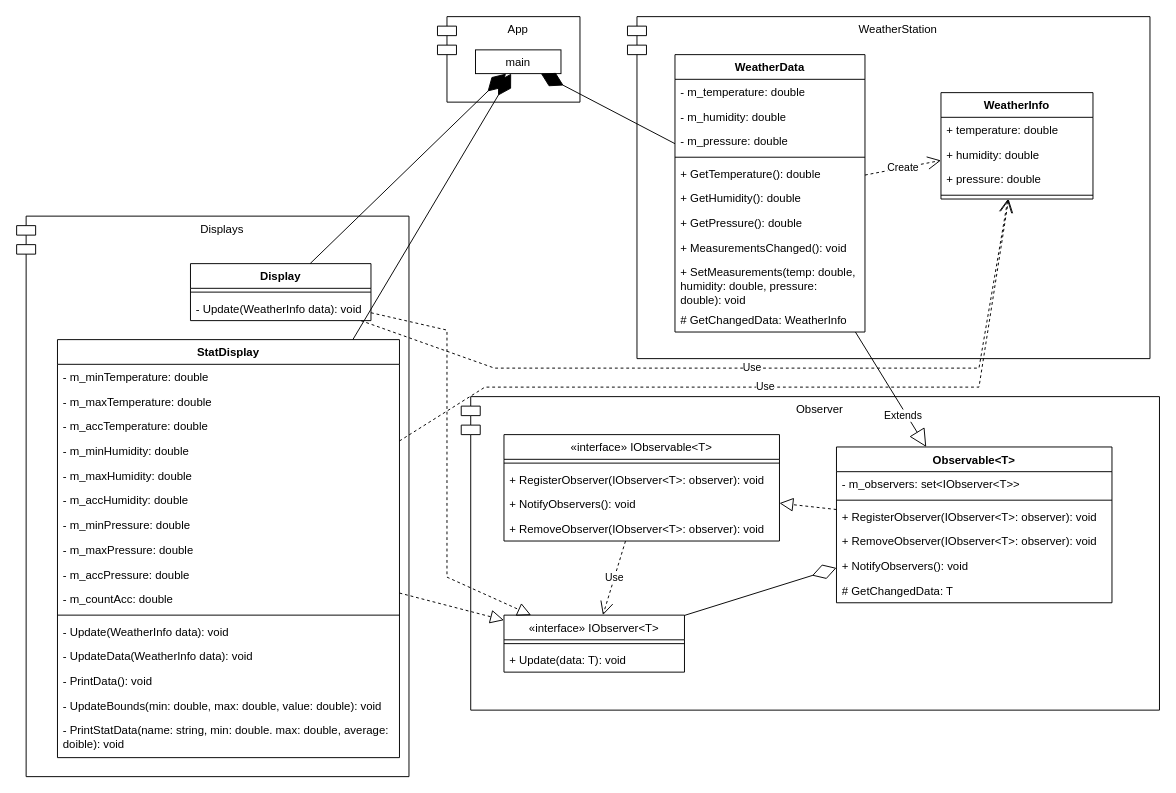
The draw.io diagram lw2/WeatherStationDuo.drawio in ProstP/OOD, before the edit. Source tidied: cells renumbered, new cells numbered last; positions are measured from the earlier drawing's top-left corner, leaving out a move shared by most shapes. Both pictures are drawn from the tidied source at 95%, with x=0, y=0 at pixel (16, 16).
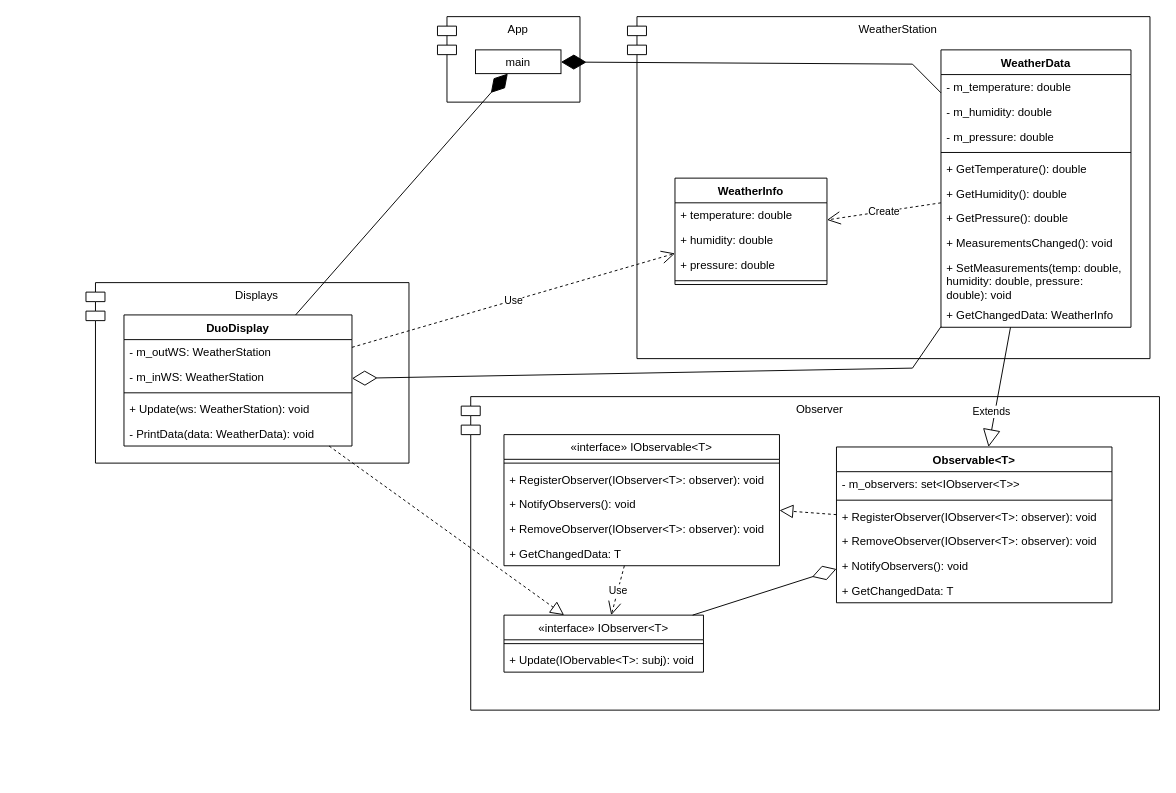
Above is the later version.

Commit message:
Lw2-4 Сделал диаграмму классов для WeatherStationDuo

The change refers to these unchanged cells:
```xml
<mxCell id="3" value="main" style="html=1;whiteSpace=wrap;" parent="1" vertex="1">
  <mxGeometry x="483" y="35" width="90" height="25" as="geometry" />
</mxCell>
<mxCell id="32" value="Observable&amp;lt;T&amp;gt;" style="swimlane;fontStyle=1;align=center;verticalAlign=top;horizontal=1;startSize=26;whiteSpace=wrap;html=1;" parent="1" vertex="1">
  <mxGeometry x="863" y="453" width="290" height="164" as="geometry" />
</mxCell>
```

Change to the diagram source:
```diff
@@
     <mxCell id="5" value="WeatherInfo" style="swimlane;fontStyle=1;align=center;verticalAlign=top;horizontal=1;startSize=26;whiteSpace=wrap;html=1;" parent="1" vertex="1">
-      <mxGeometry x="973" y="80" width="160" height="112" as="geometry" />
+      <mxGeometry x="693" y="170" width="160" height="112" as="geometry" />
     </mxCell>
@@
     <mxCell id="10" value="WeatherData" style="swimlane;fontStyle=1;align=center;verticalAlign=top;horizontal=1;startSize=26;whiteSpace=wrap;html=1;" parent="1" vertex="1">
-      <mxGeometry x="693" y="40" width="200" height="292" as="geometry" />
+      <mxGeometry x="973" y="35" width="200" height="292" as="geometry" />
     </mxCell>
@@
-    <mxCell id="20" value="# GetChangedData: WeatherInfo" style="text;strokeColor=none;fillColor=none;align=left;verticalAlign=top;spacingLeft=4;spacingRight=4;overflow=hidden;whiteSpace=wrap;html=1;" parent="10" vertex="1">
+    <mxCell id="20" value="+ GetChangedData: WeatherInfo" style="text;strokeColor=none;fillColor=none;align=left;verticalAlign=top;spacingLeft=4;spacingRight=4;overflow=hidden;whiteSpace=wrap;html=1;" parent="10" vertex="1">
       <mxGeometry y="266" width="200" height="26" as="geometry" />
     </mxCell>
@@
     <mxCell id="23" value="&lt;span style=&quot;font-weight: 400;&quot;&gt;«interface» IObserver&amp;lt;T&amp;gt;&lt;/span&gt;" style="swimlane;fontStyle=1;align=center;verticalAlign=top;horizontal=1;startSize=26;whiteSpace=wrap;html=1;" parent="1" vertex="1">
-      <mxGeometry x="513" y="630" width="190" height="60" as="geometry" />
+      <mxGeometry x="513" y="630" width="210" height="60" as="geometry" />
     </mxCell>
     <mxCell id="24" style="line;strokeWidth=1;fillColor=none;align=left;verticalAlign=middle;spacingTop=-1;spacingLeft=3;spacingRight=3;labelPosition=right;strokeColor=inherit;" parent="23" vertex="1">
-      <mxGeometry y="26" width="190" height="8" as="geometry" />
+      <mxGeometry y="26" width="210" height="8" as="geometry" />
     </mxCell>
-    <mxCell id="25" value="+ Update(data: T): void" style="text;strokeColor=none;fillColor=none;align=left;verticalAlign=top;spacingLeft=4;spacingRight=4;overflow=hidden;whiteSpace=wrap;html=1;" parent="23" vertex="1">
-      <mxGeometry y="34" width="190" height="26" as="geometry" />
+    <mxCell id="25" value="+ Update(IObervable&amp;lt;T&amp;gt;: subj): void" style="text;strokeColor=none;fillColor=none;align=left;verticalAlign=top;spacingLeft=4;spacingRight=4;overflow=hidden;whiteSpace=wrap;html=1;" parent="23" vertex="1">
+      <mxGeometry y="34" width="210" height="26" as="geometry" />
     </mxCell>
     <mxCell id="26" value="&lt;span style=&quot;font-weight: 400;&quot;&gt;«interface» IObservable&amp;lt;T&amp;gt;&lt;/span&gt;" style="swimlane;fontStyle=1;align=center;verticalAlign=top;horizontal=1;startSize=26;whiteSpace=wrap;html=1;" parent="1" vertex="1">
-      <mxGeometry x="513" y="440" width="290" height="112" as="geometry" />
+      <mxGeometry x="513" y="440" width="290" height="138" as="geometry" />
     </mxCell>
@@
+    <mxCell id="70" value="+ GetChangedData: T" style="text;strokeColor=none;fillColor=none;align=left;verticalAlign=top;spacingLeft=4;spacingRight=4;overflow=hidden;whiteSpace=wrap;html=1;" parent="26" vertex="1">
+      <mxGeometry y="112" width="290" height="26" as="geometry" />
+    </mxCell>
@@
-    <mxCell id="38" value="# GetChangedData: T" style="text;strokeColor=none;fillColor=none;align=left;verticalAlign=top;spacingLeft=4;spacingRight=4;overflow=hidden;whiteSpace=wrap;html=1;" parent="32" vertex="1">
+    <mxCell id="38" value="+ GetChangedData: T" style="text;strokeColor=none;fillColor=none;align=left;verticalAlign=top;spacingLeft=4;spacingRight=4;overflow=hidden;whiteSpace=wrap;html=1;" parent="32" vertex="1">
       <mxGeometry y="138" width="290" height="26" as="geometry" />
     </mxCell>
@@
     <mxCell id="42" style="endArrow=diamondThin;endFill=1;endSize=24;html=1;rounded=0;" parent="1" edge="1" source="10" target="3">
-      <mxGeometry relative="1" as="geometry" />
+      <mxGeometry relative="1" as="geometry">
+        <Array as="points">
+          <mxPoint x="943" y="50" />
+        </Array>
+      </mxGeometry>
     </mxCell>
     <mxCell id="43" value="Displays" style="shape=module;align=left;spacingLeft=20;align=center;verticalAlign=top;whiteSpace=wrap;html=1;" parent="1" vertex="1">
-      <mxGeometry y="210" width="413" height="590" as="geometry" />
+      <mxGeometry x="73" y="280" width="340" height="190" as="geometry" />
     </mxCell>
-    <mxCell id="44" value="Display" style="swimlane;fontStyle=1;align=center;verticalAlign=top;horizontal=1;startSize=26;whiteSpace=wrap;html=1;" parent="1" vertex="1">
-      <mxGeometry x="183" y="260" width="190" height="60" as="geometry" />
-    </mxCell>
-    <mxCell id="45" style="line;strokeWidth=1;fillColor=none;align=left;verticalAlign=middle;spacingTop=-1;spacingLeft=3;spacingRight=3;labelPosition=right;strokeColor=inherit;" parent="44" vertex="1">
-      <mxGeometry y="26" width="190" height="8" as="geometry" />
-    </mxCell>
-    <mxCell id="46" value="- Update(WeatherInfo data): void" style="text;strokeColor=none;fillColor=none;align=left;verticalAlign=top;spacingLeft=4;spacingRight=4;overflow=hidden;whiteSpace=wrap;html=1;" parent="44" vertex="1">
-      <mxGeometry y="34" width="190" height="26" as="geometry" />
-    </mxCell>
-    <mxCell id="47" value="Use" style="endArrow=open;endSize=12;dashed=1;html=1;rounded=0;" parent="1" edge="1" source="44" target="5">
-      <mxGeometry relative="1" as="geometry">
-        <Array as="points">
-          <mxPoint x="503" y="370" />
-          <mxPoint x="1013" y="370" />
-        </Array>
-      </mxGeometry>
-    </mxCell>
-    <mxCell id="48" value="StatDisplay" style="swimlane;fontStyle=1;align=center;verticalAlign=top;horizontal=1;startSize=26;whiteSpace=wrap;html=1;" parent="1" vertex="1">
-      <mxGeometry x="43" y="340" width="360" height="440" as="geometry" />
-    </mxCell>
-    <mxCell id="49" value="- m_minTemperature: double" style="text;strokeColor=none;fillColor=none;align=left;verticalAlign=top;spacingLeft=4;spacingRight=4;overflow=hidden;whiteSpace=wrap;html=1;" parent="48" vertex="1">
-      <mxGeometry y="26" width="360" height="26" as="geometry" />
-    </mxCell>
-    <mxCell id="50" value="- m_maxTemperature: double" style="text;strokeColor=none;fillColor=none;align=left;verticalAlign=top;spacingLeft=4;spacingRight=4;overflow=hidden;whiteSpace=wrap;html=1;" parent="48" vertex="1">
-      <mxGeometry y="52" width="360" height="26" as="geometry" />
-    </mxCell>
-    <mxCell id="51" value="- m_accTemperature: double" style="text;strokeColor=none;fillColor=none;align=left;verticalAlign=top;spacingLeft=4;spacingRight=4;overflow=hidden;whiteSpace=wrap;html=1;" parent="48" vertex="1">
-      <mxGeometry y="78" width="360" height="26" as="geometry" />
-    </mxCell>
-    <mxCell id="52" value="- m_minHumidity: double" style="text;strokeColor=none;fillColor=none;align=left;verticalAlign=top;spacingLeft=4;spacingRight=4;overflow=hidden;whiteSpace=wrap;html=1;" parent="48" vertex="1">
-      <mxGeometry y="104" width="360" height="26" as="geometry" />
-    </mxCell>
-    <mxCell id="53" value="- m_maxHumidity: double" style="text;strokeColor=none;fillColor=none;align=left;verticalAlign=top;spacingLeft=4;spacingRight=4;overflow=hidden;whiteSpace=wrap;html=1;" parent="48" vertex="1">
-      <mxGeometry y="130" width="360" height="26" as="geometry" />
-    </mxCell>
-    <mxCell id="54" value="- m_accHumidity: double" style="text;strokeColor=none;fillColor=none;align=left;verticalAlign=top;spacingLeft=4;spacingRight=4;overflow=hidden;whiteSpace=wrap;html=1;" parent="48" vertex="1">
-      <mxGeometry y="156" width="360" height="26" as="geometry" />
-    </mxCell>
-    <mxCell id="55" value="- m_minPressure: double" style="text;strokeColor=none;fillColor=none;align=left;verticalAlign=top;spacingLeft=4;spacingRight=4;overflow=hidden;whiteSpace=wrap;html=1;" parent="48" vertex="1">
-      <mxGeometry y="182" width="360" height="26" as="geometry" />
-    </mxCell>
-    <mxCell id="56" value="- m_maxPressure: double" style="text;strokeColor=none;fillColor=none;align=left;verticalAlign=top;spacingLeft=4;spacingRight=4;overflow=hidden;whiteSpace=wrap;html=1;" parent="48" vertex="1">
-      <mxGeometry y="208" width="360" height="26" as="geometry" />
-    </mxCell>
-    <mxCell id="57" value="- m_accPressure: double" style="text;strokeColor=none;fillColor=none;align=left;verticalAlign=top;spacingLeft=4;spacingRight=4;overflow=hidden;whiteSpace=wrap;html=1;" parent="48" vertex="1">
-      <mxGeometry y="234" width="360" height="26" as="geometry" />
-    </mxCell>
-    <mxCell id="58" value="- m_countAcc: double" style="text;strokeColor=none;fillColor=none;align=left;verticalAlign=top;spacingLeft=4;spacingRight=4;overflow=hidden;whiteSpace=wrap;html=1;" parent="48" vertex="1">
-      <mxGeometry y="260" width="360" height="26" as="geometry" />
-    </mxCell>
-    <mxCell id="59" style="line;strokeWidth=1;fillColor=none;align=left;verticalAlign=middle;spacingTop=-1;spacingLeft=3;spacingRight=3;labelPosition=right;strokeColor=inherit;" parent="48" vertex="1">
-      <mxGeometry y="286" width="360" height="8" as="geometry" />
-    </mxCell>
-    <mxCell id="60" value="- Update(WeatherInfo data): void" style="text;strokeColor=none;fillColor=none;align=left;verticalAlign=top;spacingLeft=4;spacingRight=4;overflow=hidden;whiteSpace=wrap;html=1;" parent="48" vertex="1">
-      <mxGeometry y="294" width="360" height="26" as="geometry" />
-    </mxCell>
-    <mxCell id="61" value="- UpdateData(WeatherInfo data): void" style="text;strokeColor=none;fillColor=none;align=left;verticalAlign=top;spacingLeft=4;spacingRight=4;overflow=hidden;whiteSpace=wrap;html=1;" parent="48" vertex="1">
-      <mxGeometry y="320" width="360" height="26" as="geometry" />
-    </mxCell>
-    <mxCell id="62" value="- PrintData(): void" style="text;strokeColor=none;fillColor=none;align=left;verticalAlign=top;spacingLeft=4;spacingRight=4;overflow=hidden;whiteSpace=wrap;html=1;" parent="48" vertex="1">
-      <mxGeometry y="346" width="360" height="26" as="geometry" />
-    </mxCell>
-    <mxCell id="63" value="- UpdateBounds(min: double, max: double, value: double): void" style="text;strokeColor=none;fillColor=none;align=left;verticalAlign=top;spacingLeft=4;spacingRight=4;overflow=hidden;whiteSpace=wrap;html=1;" parent="48" vertex="1">
-      <mxGeometry y="372" width="360" height="26" as="geometry" />
-    </mxCell>
-    <mxCell id="64" value="- PrintStatData(name: string, min: double. max: double, average: doible): void" style="text;strokeColor=none;fillColor=none;align=left;verticalAlign=top;spacingLeft=4;spacingRight=4;overflow=hidden;whiteSpace=wrap;html=1;" parent="48" vertex="1">
-      <mxGeometry y="398" width="360" height="42" as="geometry" />
-    </mxCell>
-    <mxCell id="65" value="Use" style="endArrow=open;endSize=12;dashed=1;html=1;rounded=0;" parent="1" edge="1" source="48" target="5">
-      <mxGeometry x="-0.03" relative="1" as="geometry">
-        <Array as="points">
-          <mxPoint x="493" y="390" />
-          <mxPoint x="1013" y="390" />
-        </Array>
-      </mxGeometry>
-    </mxCell>
-    <mxCell id="66" style="endArrow=block;dashed=1;endFill=0;endSize=12;html=1;rounded=0;" parent="1" edge="1" source="48" target="23">
-      <mxGeometry relative="1" as="geometry" />
-    </mxCell>
-    <mxCell id="67" style="endArrow=block;dashed=1;endFill=0;endSize=12;html=1;rounded=0;" parent="1" edge="1" source="44" target="23">
-      <mxGeometry relative="1" as="geometry">
-        <Array as="points">
-          <mxPoint x="453" y="330" />
-          <mxPoint x="453" y="590" />
-        </Array>
-      </mxGeometry>
-    </mxCell>
-    <mxCell id="68" style="endArrow=diamondThin;endFill=1;endSize=24;html=1;rounded=0;" parent="1" edge="1" source="44" target="3">
-      <mxGeometry relative="1" as="geometry" />
-    </mxCell>
-    <mxCell id="69" style="endArrow=diamondThin;endFill=1;endSize=24;html=1;rounded=0;" parent="1" edge="1" source="48" target="3">
-      <mxGeometry relative="1" as="geometry" />
-    </mxCell>
+    <mxCell id="71" value="DuoDisplay" style="swimlane;fontStyle=1;align=center;verticalAlign=top;horizontal=1;startSize=26;whiteSpace=wrap;html=1;" parent="1" vertex="1">
+      <mxGeometry x="113" y="314" width="240" height="138" as="geometry" />
+    </mxCell>
+    <mxCell id="72" value="- m_outWS: WeatherStation" style="text;strokeColor=none;fillColor=none;align=left;verticalAlign=top;spacingLeft=4;spacingRight=4;overflow=hidden;whiteSpace=wrap;html=1;" parent="71" vertex="1">
+      <mxGeometry y="26" width="240" height="26" as="geometry" />
+    </mxCell>
+    <mxCell id="73" value="- m_inWS: WeatherStation" style="text;strokeColor=none;fillColor=none;align=left;verticalAlign=top;spacingLeft=4;spacingRight=4;overflow=hidden;whiteSpace=wrap;html=1;" parent="71" vertex="1">
+      <mxGeometry y="52" width="240" height="26" as="geometry" />
+    </mxCell>
+    <mxCell id="74" style="line;strokeWidth=1;fillColor=none;align=left;verticalAlign=middle;spacingTop=-1;spacingLeft=3;spacingRight=3;labelPosition=right;strokeColor=inherit;" parent="71" vertex="1">
+      <mxGeometry y="78" width="240" height="8" as="geometry" />
+    </mxCell>
+    <mxCell id="75" value="+ Update(ws: WeatherStation): void" style="text;strokeColor=none;fillColor=none;align=left;verticalAlign=top;spacingLeft=4;spacingRight=4;overflow=hidden;whiteSpace=wrap;html=1;" parent="71" vertex="1">
+      <mxGeometry y="86" width="240" height="26" as="geometry" />
+    </mxCell>
+    <mxCell id="76" value="- PrintData(data: WeatherData): void" style="text;strokeColor=none;fillColor=none;align=left;verticalAlign=top;spacingLeft=4;spacingRight=4;overflow=hidden;whiteSpace=wrap;html=1;" parent="71" vertex="1">
+      <mxGeometry y="112" width="240" height="26" as="geometry" />
+    </mxCell>
+    <mxCell id="77" style="endArrow=block;dashed=1;endFill=0;endSize=12;html=1;rounded=0;" parent="1" edge="1" source="71" target="23">
+      <mxGeometry relative="1" as="geometry" />
+    </mxCell>
+    <mxCell id="78" style="endArrow=diamondThin;endFill=0;endSize=24;html=1;rounded=0;" parent="1" edge="1" source="10" target="71">
+      <mxGeometry relative="1" as="geometry">
+        <Array as="points">
+          <mxPoint x="943" y="370" />
+        </Array>
+      </mxGeometry>
+    </mxCell>
+    <mxCell id="79" value="Use" style="endArrow=open;endSize=12;dashed=1;html=1;rounded=0;" parent="1" edge="1" source="71" target="5">
+      <mxGeometry relative="1" as="geometry" />
+    </mxCell>
+    <mxCell id="80" style="endArrow=diamondThin;endFill=1;endSize=24;html=1;rounded=0;" parent="1" edge="1" source="71" target="3">
+      <mxGeometry relative="1" as="geometry" />
+    </mxCell>
```
